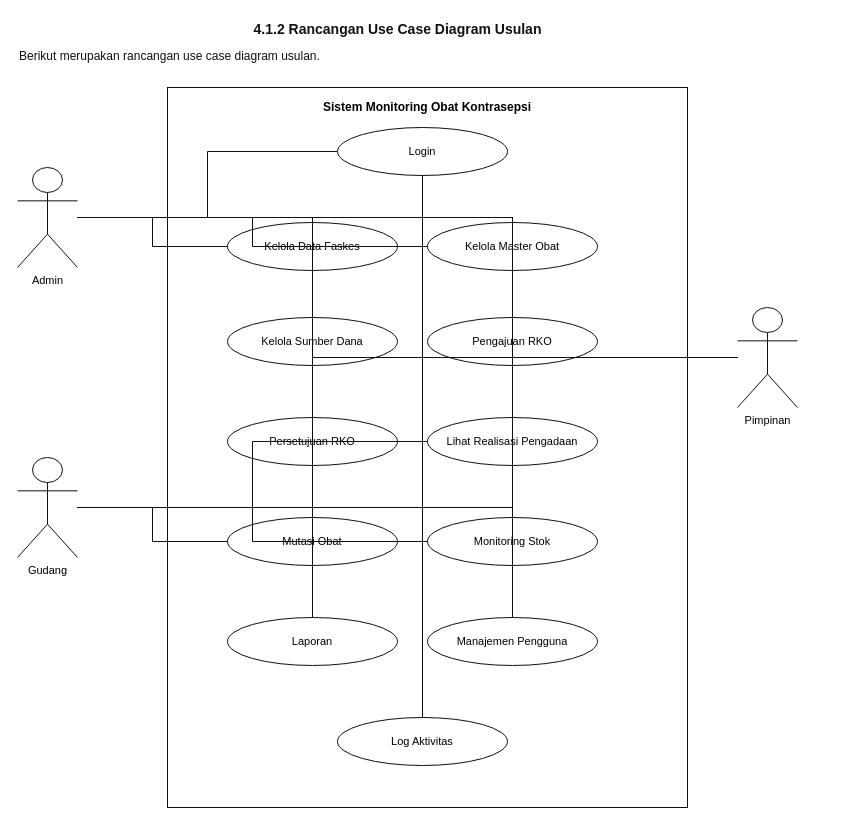
Earlier version of the draw.io diagram page "4.1.2 Rancangan Use Case Diagram Usulan" (1 of 11) of docs/bab-4-perancangan.drawio (MochJuang/aliftha-monitroing-obat). Source tidied: cells renumbered, new cells numbered last; positions are measured from the earlier drawing's top-left corner, leaving out a move shared by most shapes. Both pictures are drawn from the tidied source at 100%, with x=0, y=0 at pixel (17, 17).
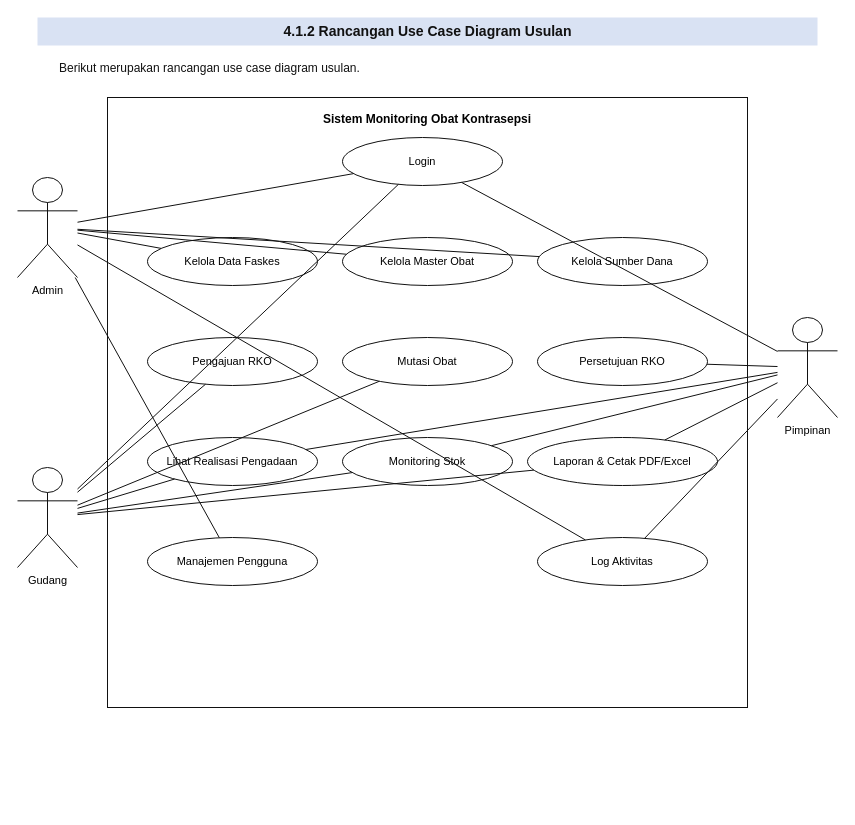
After the change.

What changed in the source:
```diff
@@
-    <mxCell id="2" value="4.1.2 Rancangan Use Case Diagram Usulan" style="text;html=1;strokeColor=none;fillColor=none;align=center;verticalAlign=middle;fontStyle=1;fontSize=14;fontColor=#111111;" parent="1" vertex="1">
-      <mxGeometry x="80" width="600" height="24" as="geometry" />
+    <mxCell id="2" value="4.1.2 Rancangan Use Case Diagram Usulan" style="text;html=1;strokeColor=none;fillColor=#d9e2f3;align=center;verticalAlign=middle;fontStyle=1;fontSize=14;fontColor=#111111;" parent="1" vertex="1">
+      <mxGeometry x="20" width="780" height="28" as="geometry" />
     </mxCell>
     <mxCell id="3" value="Berikut merupakan rancangan use case diagram usulan." style="text;html=1;strokeColor=none;fillColor=none;align=left;verticalAlign=middle;fontSize=12;fontColor=#111111;" parent="1" vertex="1">
-      <mxGeometry y="28" width="760" height="22" as="geometry" />
+      <mxGeometry x="40" y="40" width="760" height="22" as="geometry" />
     </mxCell>
-    <mxCell id="4" value="Sistem Monitoring Obat Kontrasepsi" style="rounded=0;whiteSpace=wrap;html=1;fillColor=#ffffff;strokeColor=#111111;fontStyle=1;fontSize=12;align=center;verticalAlign=top;spacingTop=6;" parent="1" vertex="1">
-      <mxGeometry x="150" y="70" width="520" height="720" as="geometry" />
+    <mxCell id="4" value="Sistem Monitoring Obat Kontrasepsi" style="rounded=0;whiteSpace=wrap;html=1;fillColor=#ffffff;strokeColor=#111111;fontStyle=1;fontSize=12;align=center;verticalAlign=top;spacingTop=8;" parent="1" vertex="1">
+      <mxGeometry x="90" y="80" width="640" height="610" as="geometry" />
     </mxCell>
     <mxCell id="5" value="Admin" style="shape=umlActor;verticalLabelPosition=bottom;verticalAlign=top;html=1;outlineConnect=0;strokeColor=#111111;fontSize=11;" parent="1" vertex="1">
-      <mxGeometry y="150" width="60" height="100" as="geometry" />
+      <mxGeometry y="160" width="60" height="100" as="geometry" />
     </mxCell>
     <mxCell id="6" value="Gudang" style="shape=umlActor;verticalLabelPosition=bottom;verticalAlign=top;html=1;outlineConnect=0;strokeColor=#111111;fontSize=11;" parent="1" vertex="1">
-      <mxGeometry y="440" width="60" height="100" as="geometry" />
+      <mxGeometry y="450" width="60" height="100" as="geometry" />
     </mxCell>
     <mxCell id="7" value="Pimpinan" style="shape=umlActor;verticalLabelPosition=bottom;verticalAlign=top;html=1;outlineConnect=0;strokeColor=#111111;fontSize=11;" parent="1" vertex="1">
-      <mxGeometry x="720" y="290" width="60" height="100" as="geometry" />
+      <mxGeometry x="760" y="300" width="60" height="100" as="geometry" />
     </mxCell>
     <mxCell id="8" value="Login" style="ellipse;whiteSpace=wrap;html=1;fillColor=#ffffff;strokeColor=#111111;fontSize=11;align=center;verticalAlign=middle;" parent="1" vertex="1">
-      <mxGeometry x="320" y="110" width="170" height="48" as="geometry" />
+      <mxGeometry x="325" y="120" width="160" height="48" as="geometry" />
     </mxCell>
     <mxCell id="9" value="Kelola Data Faskes" style="ellipse;whiteSpace=wrap;html=1;fillColor=#ffffff;strokeColor=#111111;fontSize=11;align=center;verticalAlign=middle;" parent="1" vertex="1">
-      <mxGeometry x="210" y="205" width="170" height="48" as="geometry" />
+      <mxGeometry x="130" y="220" width="170" height="48" as="geometry" />
     </mxCell>
     <mxCell id="10" value="Kelola Master Obat" style="ellipse;whiteSpace=wrap;html=1;fillColor=#ffffff;strokeColor=#111111;fontSize=11;align=center;verticalAlign=middle;" parent="1" vertex="1">
-      <mxGeometry x="410" y="205" width="170" height="48" as="geometry" />
+      <mxGeometry x="325" y="220" width="170" height="48" as="geometry" />
     </mxCell>
     <mxCell id="11" value="Kelola Sumber Dana" style="ellipse;whiteSpace=wrap;html=1;fillColor=#ffffff;strokeColor=#111111;fontSize=11;align=center;verticalAlign=middle;" parent="1" vertex="1">
-      <mxGeometry x="210" y="300" width="170" height="48" as="geometry" />
+      <mxGeometry x="520" y="220" width="170" height="48" as="geometry" />
     </mxCell>
     <mxCell id="12" value="Pengajuan RKO" style="ellipse;whiteSpace=wrap;html=1;fillColor=#ffffff;strokeColor=#111111;fontSize=11;align=center;verticalAlign=middle;" parent="1" vertex="1">
-      <mxGeometry x="410" y="300" width="170" height="48" as="geometry" />
+      <mxGeometry x="130" y="320" width="170" height="48" as="geometry" />
     </mxCell>
+    <mxCell id="15" value="Mutasi Obat" style="ellipse;whiteSpace=wrap;html=1;fillColor=#ffffff;strokeColor=#111111;fontSize=11;align=center;verticalAlign=middle;" parent="1" vertex="1">
+      <mxGeometry x="325" y="320" width="170" height="48" as="geometry" />
+    </mxCell>
+    <mxCell id="18" value="Manajemen Pengguna" style="ellipse;whiteSpace=wrap;html=1;fillColor=#ffffff;strokeColor=#111111;fontSize=11;align=center;verticalAlign=middle;" parent="1" vertex="1">
+      <mxGeometry x="130" y="520" width="170" height="48" as="geometry" />
+    </mxCell>
     <mxCell id="13" value="Persetujuan RKO" style="ellipse;whiteSpace=wrap;html=1;fillColor=#ffffff;strokeColor=#111111;fontSize=11;align=center;verticalAlign=middle;" parent="1" vertex="1">
-      <mxGeometry x="210" y="400" width="170" height="48" as="geometry" />
+      <mxGeometry x="520" y="320" width="170" height="48" as="geometry" />
     </mxCell>
     <mxCell id="14" value="Lihat Realisasi Pengadaan" style="ellipse;whiteSpace=wrap;html=1;fillColor=#ffffff;strokeColor=#111111;fontSize=11;align=center;verticalAlign=middle;" parent="1" vertex="1">
-      <mxGeometry x="410" y="400" width="170" height="48" as="geometry" />
+      <mxGeometry x="130" y="420" width="170" height="48" as="geometry" />
     </mxCell>
-    <mxCell id="15" value="Mutasi Obat" style="ellipse;whiteSpace=wrap;html=1;fillColor=#ffffff;strokeColor=#111111;fontSize=11;align=center;verticalAlign=middle;" parent="1" vertex="1">
-      <mxGeometry x="210" y="500" width="170" height="48" as="geometry" />
-    </mxCell>
     <mxCell id="16" value="Monitoring Stok" style="ellipse;whiteSpace=wrap;html=1;fillColor=#ffffff;strokeColor=#111111;fontSize=11;align=center;verticalAlign=middle;" parent="1" vertex="1">
-      <mxGeometry x="410" y="500" width="170" height="48" as="geometry" />
+      <mxGeometry x="325" y="420" width="170" height="48" as="geometry" />
     </mxCell>
-    <mxCell id="17" value="Laporan" style="ellipse;whiteSpace=wrap;html=1;fillColor=#ffffff;strokeColor=#111111;fontSize=11;align=center;verticalAlign=middle;" parent="1" vertex="1">
-      <mxGeometry x="210" y="600" width="170" height="48" as="geometry" />
+    <mxCell id="17" value="Laporan &amp; Cetak PDF/Excel" style="ellipse;whiteSpace=wrap;html=1;fillColor=#ffffff;strokeColor=#111111;fontSize=11;align=center;verticalAlign=middle;" parent="1" vertex="1">
+      <mxGeometry x="510" y="420" width="190" height="48" as="geometry" />
     </mxCell>
-    <mxCell id="18" value="Manajemen Pengguna" style="ellipse;whiteSpace=wrap;html=1;fillColor=#ffffff;strokeColor=#111111;fontSize=11;align=center;verticalAlign=middle;" parent="1" vertex="1">
-      <mxGeometry x="410" y="600" width="170" height="48" as="geometry" />
-    </mxCell>
     <mxCell id="19" value="Log Aktivitas" style="ellipse;whiteSpace=wrap;html=1;fillColor=#ffffff;strokeColor=#111111;fontSize=11;align=center;verticalAlign=middle;" parent="1" vertex="1">
-      <mxGeometry x="320" y="700" width="170" height="48" as="geometry" />
+      <mxGeometry x="520" y="520" width="170" height="48" as="geometry" />
     </mxCell>
-    <mxCell id="20" style="edgeStyle=orthogonalEdgeStyle;rounded=0;jettySize=auto;html=1;endArrow=block;endFill=1;strokeColor=#111111;endArrow=none;" parent="1" edge="1" source="5" target="8">
+    <mxCell id="20" style="endArrow=none;html=1;rounded=0;strokeColor=#111111;" parent="1" edge="1" source="5" target="8">
       <mxGeometry relative="1" as="geometry" />
     </mxCell>
-    <mxCell id="21" style="edgeStyle=orthogonalEdgeStyle;rounded=0;jettySize=auto;html=1;endArrow=block;endFill=1;strokeColor=#111111;endArrow=none;" parent="1" edge="1" source="5" target="9">
+    <mxCell id="21" style="endArrow=none;html=1;rounded=0;strokeColor=#111111;" parent="1" edge="1" source="5" target="9">
       <mxGeometry relative="1" as="geometry" />
     </mxCell>
-    <mxCell id="22" style="edgeStyle=orthogonalEdgeStyle;rounded=0;jettySize=auto;html=1;endArrow=block;endFill=1;strokeColor=#111111;endArrow=none;" parent="1" edge="1" source="5" target="10">
+    <mxCell id="22" style="endArrow=none;html=1;rounded=0;strokeColor=#111111;" parent="1" edge="1" source="5" target="10">
       <mxGeometry relative="1" as="geometry" />
     </mxCell>
-    <mxCell id="23" style="edgeStyle=orthogonalEdgeStyle;rounded=0;jettySize=auto;html=1;endArrow=block;endFill=1;strokeColor=#111111;endArrow=none;" parent="1" edge="1" source="5" target="11">
+    <mxCell id="23" style="endArrow=none;html=1;rounded=0;strokeColor=#111111;" parent="1" edge="1" source="5" target="11">
       <mxGeometry relative="1" as="geometry" />
     </mxCell>
-    <mxCell id="24" style="edgeStyle=orthogonalEdgeStyle;rounded=0;jettySize=auto;html=1;endArrow=block;endFill=1;strokeColor=#111111;endArrow=none;" parent="1" edge="1" source="5" target="12">
+    <mxCell id="24" style="endArrow=none;html=1;rounded=0;strokeColor=#111111;" parent="1" edge="1" source="5" target="18">
       <mxGeometry relative="1" as="geometry" />
     </mxCell>
-    <mxCell id="25" style="edgeStyle=orthogonalEdgeStyle;rounded=0;jettySize=auto;html=1;endArrow=block;endFill=1;strokeColor=#111111;endArrow=none;" parent="1" edge="1" source="5" target="13">
+    <mxCell id="25" style="endArrow=none;html=1;rounded=0;strokeColor=#111111;" parent="1" edge="1" source="5" target="19">
       <mxGeometry relative="1" as="geometry" />
     </mxCell>
-    <mxCell id="26" style="edgeStyle=orthogonalEdgeStyle;rounded=0;jettySize=auto;html=1;endArrow=block;endFill=1;strokeColor=#111111;endArrow=none;" parent="1" edge="1" source="5" target="14">
+    <mxCell id="26" style="endArrow=none;html=1;rounded=0;strokeColor=#111111;" parent="1" edge="1" source="6" target="8">
       <mxGeometry relative="1" as="geometry" />
     </mxCell>
-    <mxCell id="27" style="edgeStyle=orthogonalEdgeStyle;rounded=0;jettySize=auto;html=1;endArrow=block;endFill=1;strokeColor=#111111;endArrow=none;" parent="1" edge="1" source="5" target="15">
+    <mxCell id="27" style="endArrow=none;html=1;rounded=0;strokeColor=#111111;" parent="1" edge="1" source="6" target="12">
       <mxGeometry relative="1" as="geometry" />
     </mxCell>
-    <mxCell id="28" style="edgeStyle=orthogonalEdgeStyle;rounded=0;jettySize=auto;html=1;endArrow=block;endFill=1;strokeColor=#111111;endArrow=none;" parent="1" edge="1" source="5" target="16">
+    <mxCell id="28" style="endArrow=none;html=1;rounded=0;strokeColor=#111111;" parent="1" edge="1" source="6" target="15">
       <mxGeometry relative="1" as="geometry" />
     </mxCell>
-    <mxCell id="29" style="edgeStyle=orthogonalEdgeStyle;rounded=0;jettySize=auto;html=1;endArrow=block;endFill=1;strokeColor=#111111;endArrow=none;" parent="1" edge="1" source="5" target="17">
+    <mxCell id="29" style="endArrow=none;html=1;rounded=0;strokeColor=#111111;" parent="1" edge="1" source="6" target="14">
       <mxGeometry relative="1" as="geometry" />
     </mxCell>
-    <mxCell id="30" style="edgeStyle=orthogonalEdgeStyle;rounded=0;jettySize=auto;html=1;endArrow=block;endFill=1;strokeColor=#111111;endArrow=none;" parent="1" edge="1" source="5" target="18">
+    <mxCell id="30" style="endArrow=none;html=1;rounded=0;strokeColor=#111111;" parent="1" edge="1" source="6" target="16">
       <mxGeometry relative="1" as="geometry" />
     </mxCell>
-    <mxCell id="31" style="edgeStyle=orthogonalEdgeStyle;rounded=0;jettySize=auto;html=1;endArrow=block;endFill=1;strokeColor=#111111;endArrow=none;" parent="1" edge="1" source="5" target="19">
+    <mxCell id="31" style="endArrow=none;html=1;rounded=0;strokeColor=#111111;" parent="1" edge="1" source="6" target="17">
       <mxGeometry relative="1" as="geometry" />
     </mxCell>
-    <mxCell id="32" style="edgeStyle=orthogonalEdgeStyle;rounded=0;jettySize=auto;html=1;endArrow=block;endFill=1;strokeColor=#111111;endArrow=none;" parent="1" edge="1" source="6" target="8">
+    <mxCell id="32" style="endArrow=none;html=1;rounded=0;strokeColor=#111111;" parent="1" edge="1" source="7" target="8">
       <mxGeometry relative="1" as="geometry" />
     </mxCell>
-    <mxCell id="33" style="edgeStyle=orthogonalEdgeStyle;rounded=0;jettySize=auto;html=1;endArrow=block;endFill=1;strokeColor=#111111;endArrow=none;" parent="1" edge="1" source="6" target="9">
+    <mxCell id="33" style="endArrow=none;html=1;rounded=0;strokeColor=#111111;" parent="1" edge="1" source="7" target="13">
       <mxGeometry relative="1" as="geometry" />
     </mxCell>
-    <mxCell id="34" style="edgeStyle=orthogonalEdgeStyle;rounded=0;jettySize=auto;html=1;endArrow=block;endFill=1;strokeColor=#111111;endArrow=none;" parent="1" edge="1" source="6" target="10">
+    <mxCell id="34" style="endArrow=none;html=1;rounded=0;strokeColor=#111111;" parent="1" edge="1" source="7" target="14">
       <mxGeometry relative="1" as="geometry" />
     </mxCell>
-    <mxCell id="35" style="edgeStyle=orthogonalEdgeStyle;rounded=0;jettySize=auto;html=1;endArrow=block;endFill=1;strokeColor=#111111;endArrow=none;" parent="1" edge="1" source="6" target="11">
+    <mxCell id="35" style="endArrow=none;html=1;rounded=0;strokeColor=#111111;" parent="1" edge="1" source="7" target="16">
       <mxGeometry relative="1" as="geometry" />
     </mxCell>
-    <mxCell id="36" style="edgeStyle=orthogonalEdgeStyle;rounded=0;jettySize=auto;html=1;endArrow=block;endFill=1;strokeColor=#111111;endArrow=none;" parent="1" edge="1" source="6" target="12">
+    <mxCell id="36" style="endArrow=none;html=1;rounded=0;strokeColor=#111111;" parent="1" edge="1" source="7" target="17">
       <mxGeometry relative="1" as="geometry" />
     </mxCell>
-    <mxCell id="37" style="edgeStyle=orthogonalEdgeStyle;rounded=0;jettySize=auto;html=1;endArrow=block;endFill=1;strokeColor=#111111;endArrow=none;" parent="1" edge="1" source="6" target="14">
+    <mxCell id="37" style="endArrow=none;html=1;rounded=0;strokeColor=#111111;" parent="1" edge="1" source="7" target="19">
       <mxGeometry relative="1" as="geometry" />
     </mxCell>
-    <mxCell id="38" style="edgeStyle=orthogonalEdgeStyle;rounded=0;jettySize=auto;html=1;endArrow=block;endFill=1;strokeColor=#111111;endArrow=none;" parent="1" edge="1" source="6" target="15">
-      <mxGeometry relative="1" as="geometry" />
-    </mxCell>
-    <mxCell id="39" style="edgeStyle=orthogonalEdgeStyle;rounded=0;jettySize=auto;html=1;endArrow=block;endFill=1;strokeColor=#111111;endArrow=none;" parent="1" edge="1" source="6" target="16">
-      <mxGeometry relative="1" as="geometry" />
-    </mxCell>
-    <mxCell id="40" style="edgeStyle=orthogonalEdgeStyle;rounded=0;jettySize=auto;html=1;endArrow=block;endFill=1;strokeColor=#111111;endArrow=none;" parent="1" edge="1" source="6" target="17">
-      <mxGeometry relative="1" as="geometry" />
-    </mxCell>
-    <mxCell id="41" style="edgeStyle=orthogonalEdgeStyle;rounded=0;jettySize=auto;html=1;endArrow=block;endFill=1;strokeColor=#111111;endArrow=none;" parent="1" edge="1" source="7" target="8">
-      <mxGeometry relative="1" as="geometry" />
-    </mxCell>
-    <mxCell id="42" style="edgeStyle=orthogonalEdgeStyle;rounded=0;jettySize=auto;html=1;endArrow=block;endFill=1;strokeColor=#111111;endArrow=none;" parent="1" edge="1" source="7" target="13">
-      <mxGeometry relative="1" as="geometry" />
-    </mxCell>
-    <mxCell id="43" style="edgeStyle=orthogonalEdgeStyle;rounded=0;jettySize=auto;html=1;endArrow=block;endFill=1;strokeColor=#111111;endArrow=none;" parent="1" edge="1" source="7" target="14">
-      <mxGeometry relative="1" as="geometry" />
-    </mxCell>
-    <mxCell id="44" style="edgeStyle=orthogonalEdgeStyle;rounded=0;jettySize=auto;html=1;endArrow=block;endFill=1;strokeColor=#111111;endArrow=none;" parent="1" edge="1" source="7" target="16">
-      <mxGeometry relative="1" as="geometry" />
-    </mxCell>
-    <mxCell id="45" style="edgeStyle=orthogonalEdgeStyle;rounded=0;jettySize=auto;html=1;endArrow=block;endFill=1;strokeColor=#111111;endArrow=none;" parent="1" edge="1" source="7" target="17">
-      <mxGeometry relative="1" as="geometry" />
-    </mxCell>
-    <mxCell id="46" style="edgeStyle=orthogonalEdgeStyle;rounded=0;jettySize=auto;html=1;endArrow=block;endFill=1;strokeColor=#111111;endArrow=none;" parent="1" edge="1" source="7" target="19">
-      <mxGeometry relative="1" as="geometry" />
-    </mxCell>
```
